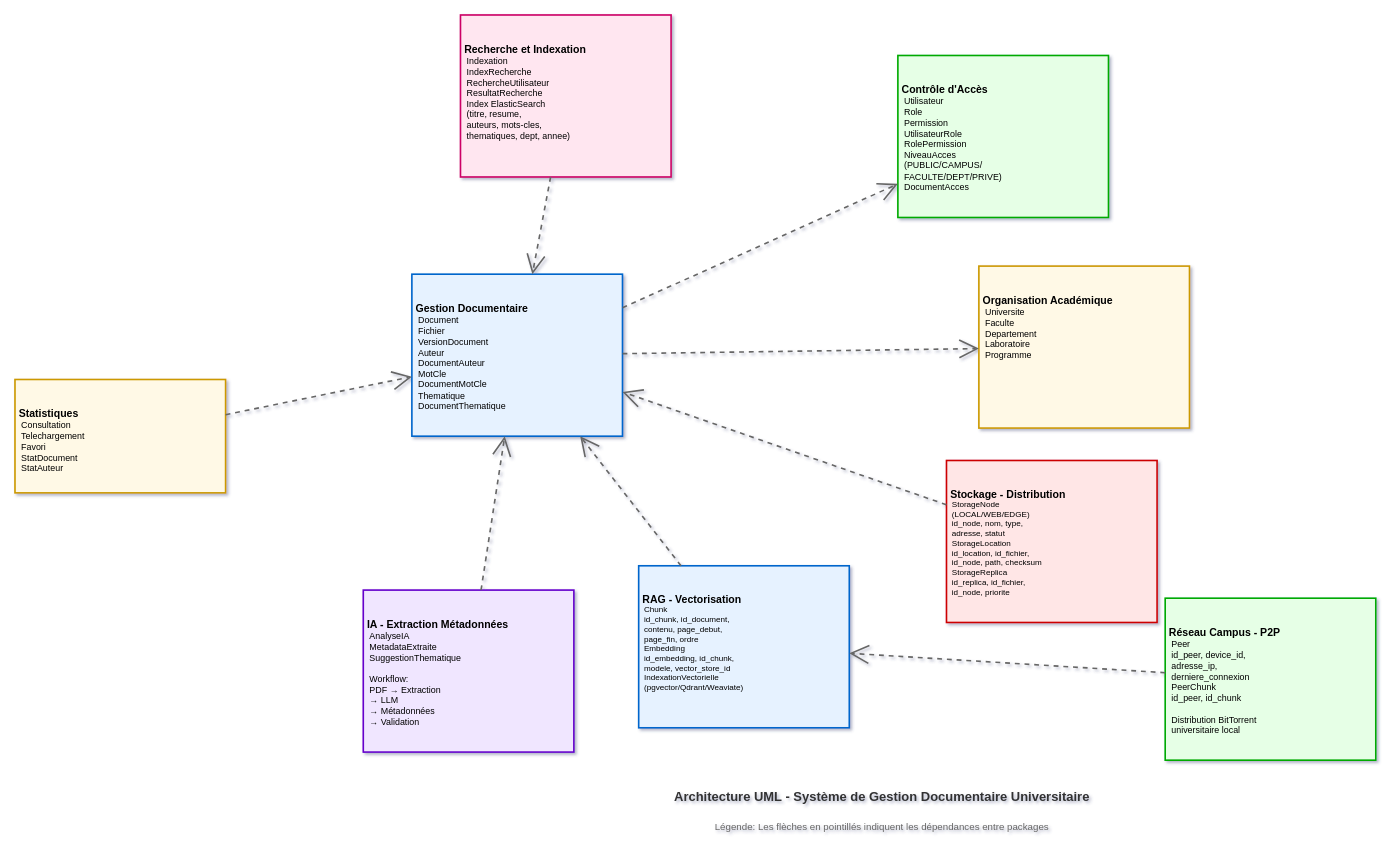
Above: package.drawio in S-dev237/Cursor_Hackathon (draw.io), before the change. Source tidied: cells renumbered, new cells numbered last; positions are measured from the earlier drawing's top-left corner, leaving out a move shared by most shapes. Both pictures are drawn from the tidied source at 81%, with x=0, y=0 at pixel (15, 15).
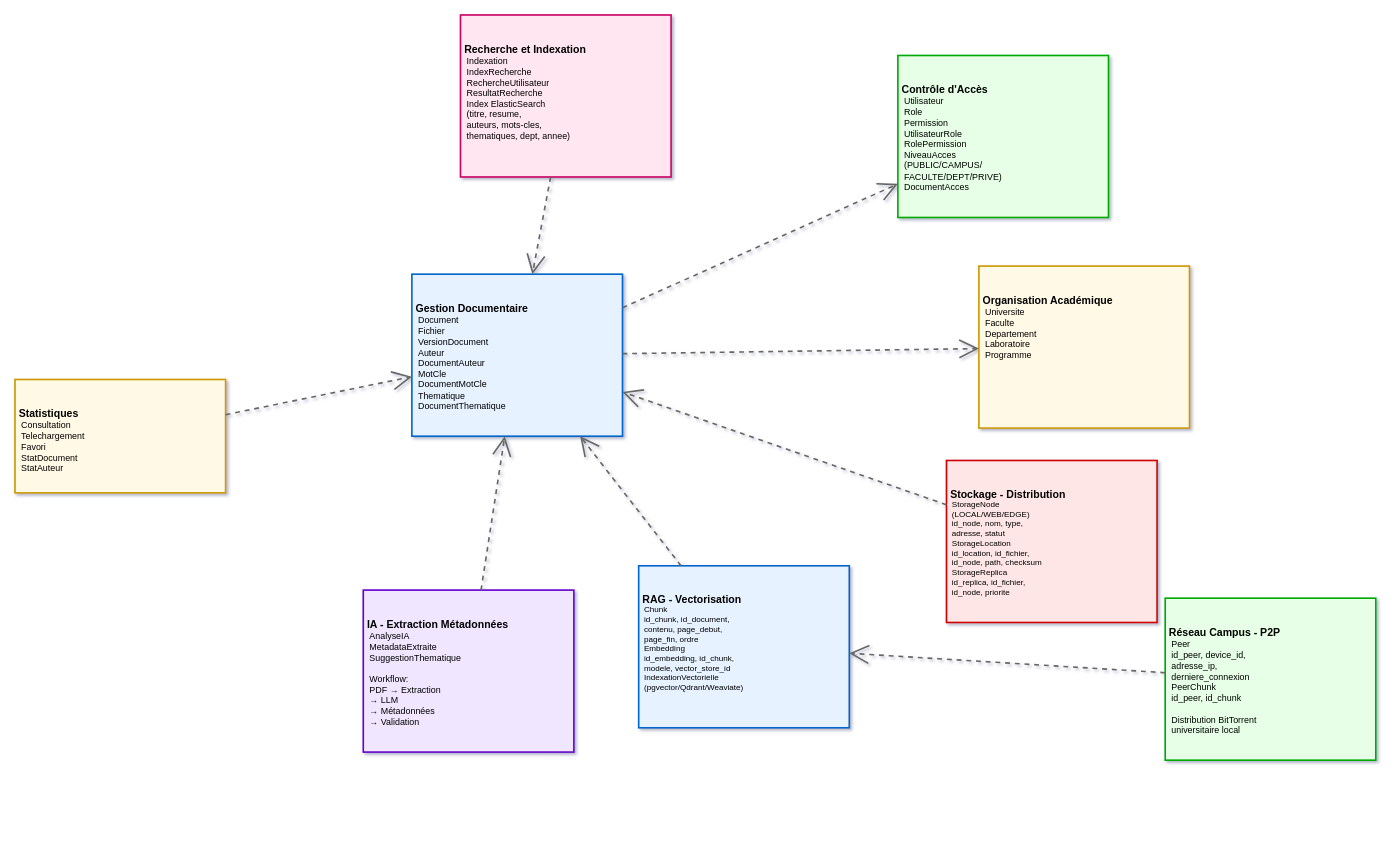
The same diagram, later.

Commit message (it also covers changes not shown here):
Implementation du moodule de gestion de documents

What changed in the source:
```diff
@@
-<mxGraphModel shadow="1">
+<mxGraphModel background="#ffffff" shadow="1">
@@
-    <mxCell id="28" value="Architecture UML - Système de Gestion Documentaire Universitaire" style="text;html=1;align=center;verticalAlign=middle;fontSize=16;fontStyle=1;fontColor=#333333;" parent="1" vertex="1">
-      <mxGeometry x="470" y="950" width="1200" height="30" as="geometry" />
-    </mxCell>
-    <mxCell id="29" value="Légende: Les flèches en pointillés indiquent les dépendances entre packages" style="text;html=1;align=center;verticalAlign=middle;fontSize=12;fontColor=#666666;" parent="1" vertex="1">
-      <mxGeometry x="470" y="990" width="1200" height="25" as="geometry" />
-    </mxCell>
```
